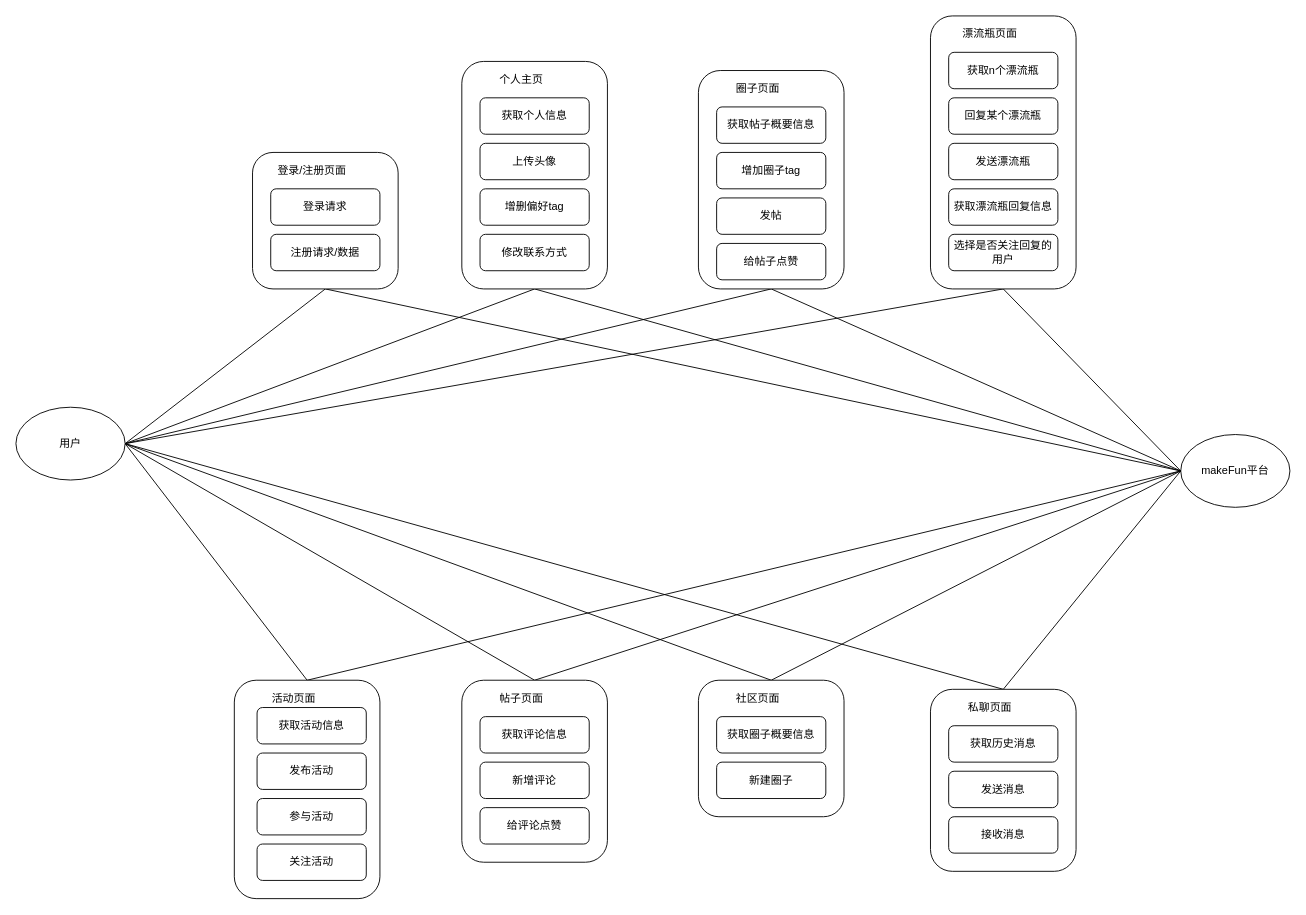
Earlier version of the draw.io diagram doc/pictures/顶层数据流图.drawio (Guo-HY/BUAA_DB). Source tidied: cells renumbered, new cells numbered last; positions are measured from the earlier drawing's top-left corner, leaving out a move shared by most shapes. Both pictures are drawn from the tidied source at 91%, with x=0, y=0 at pixel (15, 15).
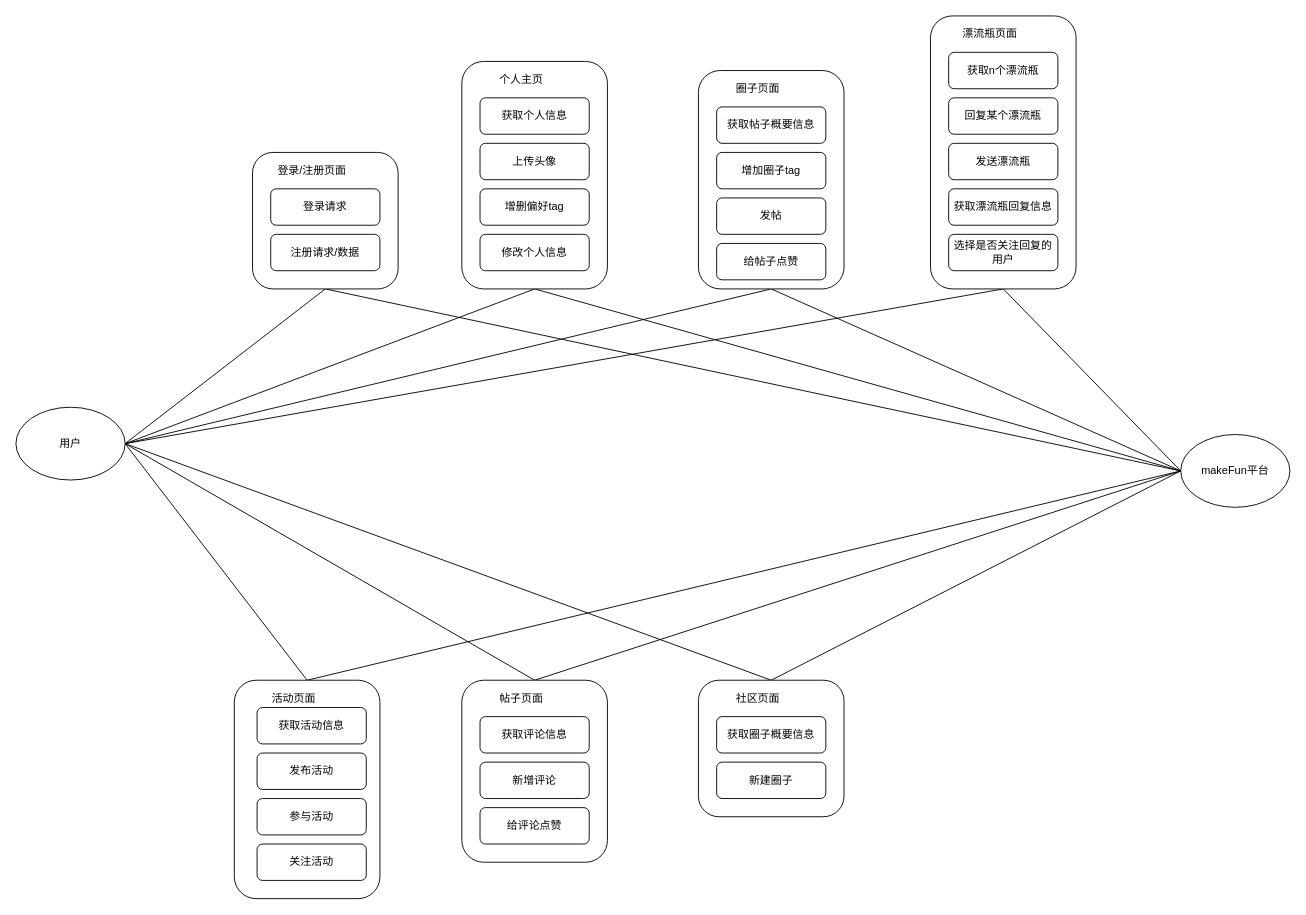
The same diagram, later.

Unchanged cells that the change refers to:
```xml
<mxCell id="6" value="用户" style="ellipse;whiteSpace=wrap;html=1;" parent="1" vertex="1">
  <mxGeometry y="430" width="120" height="80" as="geometry" />
</mxCell>
<mxCell id="8" value="makeFun平台" style="ellipse;whiteSpace=wrap;html=1;" parent="1" vertex="1">
  <mxGeometry x="1280" y="460" width="120" height="80" as="geometry" />
</mxCell>
```

Change to the diagram source:
```diff
@@
-    <mxCell id="5" style="edgeStyle=none;rounded=0;jettySize=auto;html=1;exitX=1;exitY=0.5;exitDx=0;exitDy=0;entryX=0.5;entryY=0;entryDx=0;entryDy=0;endArrow=none;endFill=0;" parent="1" edge="1" source="6" target="52">
-      <mxGeometry relative="1" as="geometry" />
-    </mxCell>
@@
-    <mxCell id="22" value="修改联系方式" style="rounded=1;whiteSpace=wrap;html=1;" parent="1" vertex="1">
+    <mxCell id="22" value="修改个人信息" style="rounded=1;whiteSpace=wrap;html=1;" parent="1" vertex="1">
       <mxGeometry x="510" y="240" width="120" height="40" as="geometry" />
     </mxCell>
@@
-    <mxCell id="51" style="edgeStyle=none;rounded=0;jettySize=auto;html=1;exitX=0.5;exitY=0;exitDx=0;exitDy=0;entryX=0;entryY=0.5;entryDx=0;entryDy=0;endArrow=none;endFill=0;" parent="1" edge="1" source="52" target="8">
-      <mxGeometry relative="1" as="geometry" />
-    </mxCell>
-    <mxCell id="52" style="rounded=1;whiteSpace=wrap;html=1;" parent="1" vertex="1">
-      <mxGeometry x="1005" y="740" width="160" height="200" as="geometry" />
-    </mxCell>
-    <mxCell id="53" value="获取历史消息" style="rounded=1;whiteSpace=wrap;html=1;" parent="1" vertex="1">
-      <mxGeometry x="1025" y="780" width="120" height="40" as="geometry" />
-    </mxCell>
-    <mxCell id="54" value="发送消息" style="rounded=1;whiteSpace=wrap;html=1;" parent="1" vertex="1">
-      <mxGeometry x="1025" y="830" width="120" height="40" as="geometry" />
-    </mxCell>
-    <mxCell id="55" value="私聊页面" style="text;html=1;align=center;verticalAlign=middle;strokeColor=none;fillColor=none;" parent="1" vertex="1">
-      <mxGeometry x="1040" y="750" width="60" height="20" as="geometry" />
-    </mxCell>
-    <mxCell id="56" value="接收消息" style="rounded=1;whiteSpace=wrap;html=1;" parent="1" vertex="1">
-      <mxGeometry x="1025" y="880" width="120" height="40" as="geometry" />
-    </mxCell>
```
